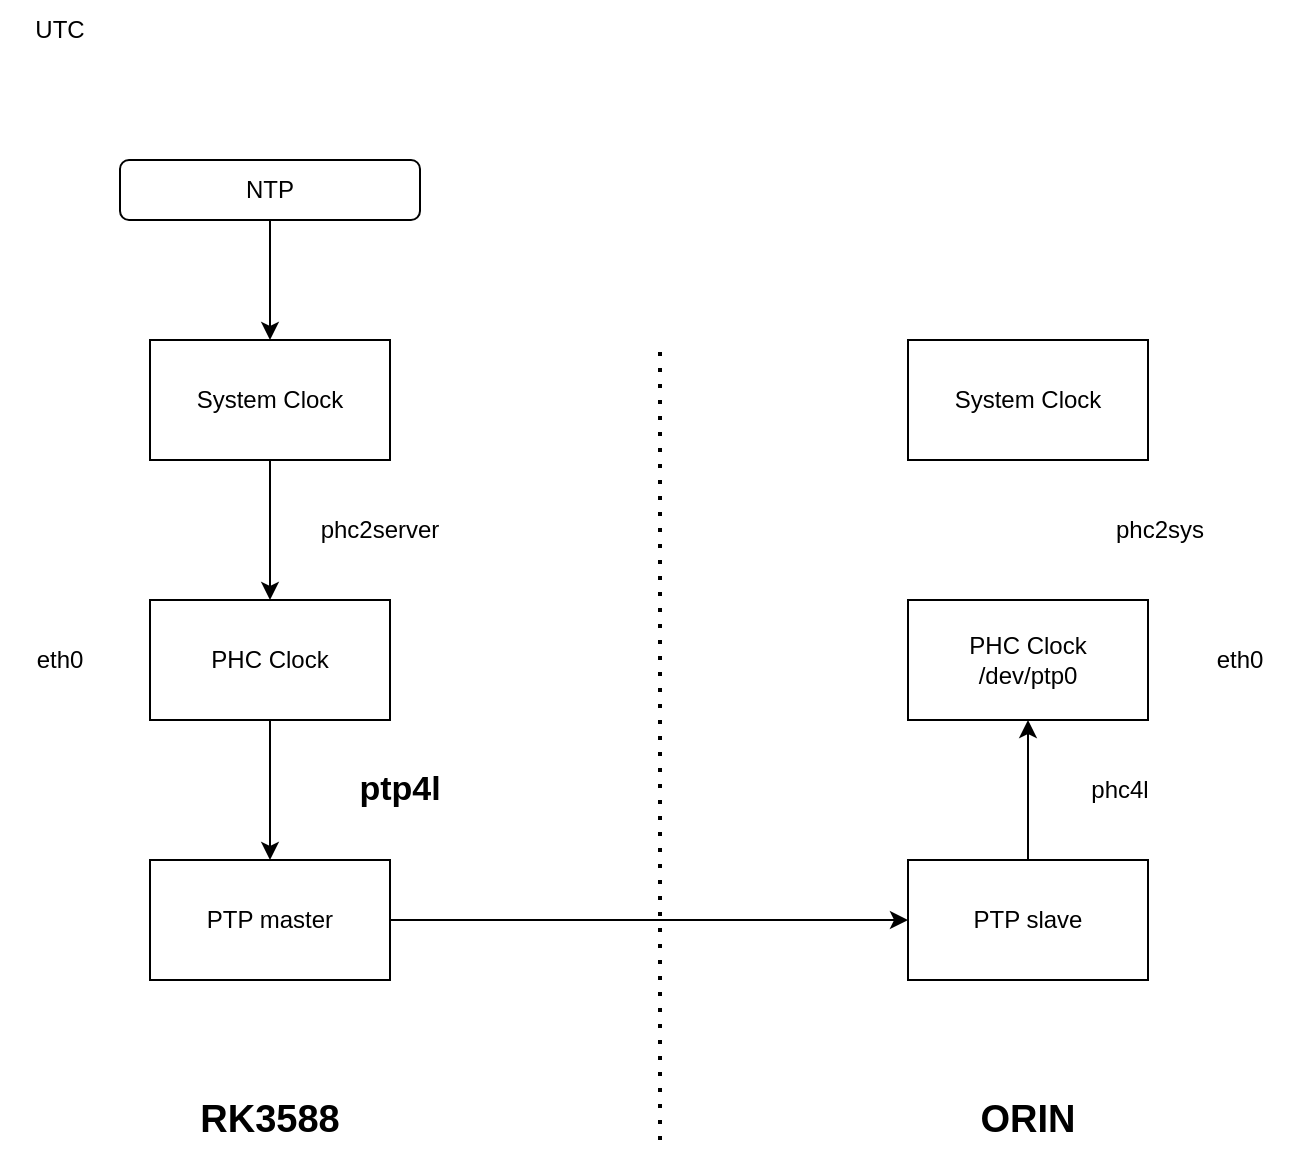
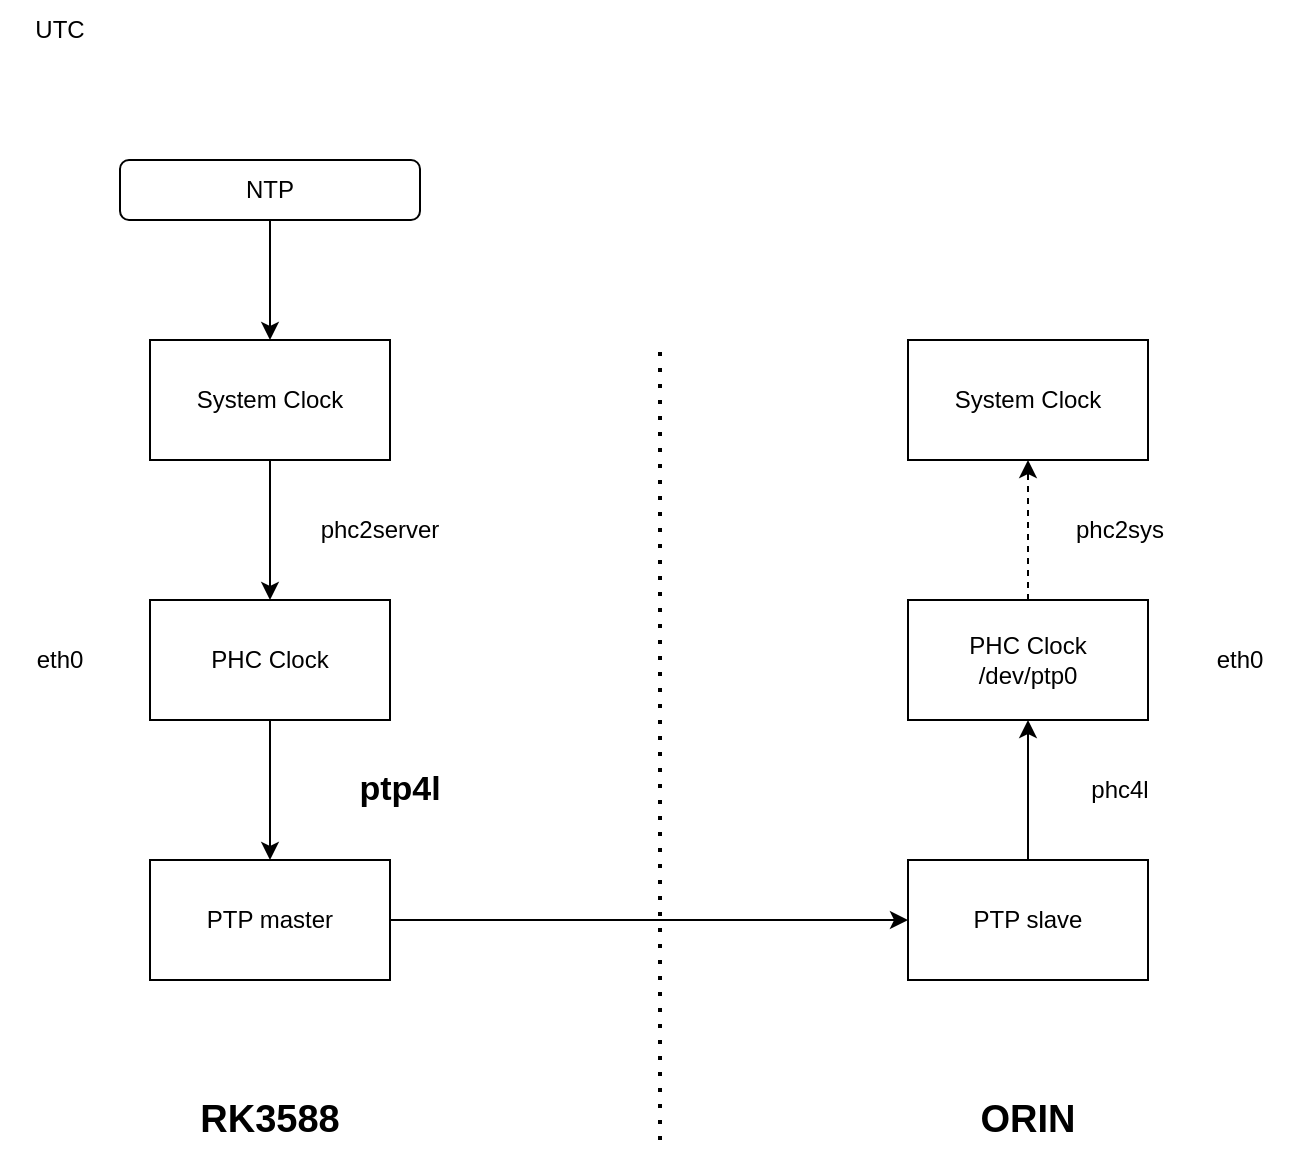
<mxfile host="app.diagrams.net" agent="Mozilla/5.0 (Windows NT 10.0; Win64; x64) AppleWebKit/537.36 (KHTML, like Gecko) Chrome/148.0.0.0 Safari/537.36">
  <diagram name="第 1 页" id="xi5zx8poPBdEaGlYp24N">
    <mxGraphModel dx="1122" dy="596" grid="1" gridSize="10" guides="1" tooltips="1" connect="1" arrows="1" fold="1" page="1" pageScale="1" pageWidth="827" pageHeight="1169" math="0" shadow="0">
      <root>
        <mxCell id="0" />
        <mxCell id="1" parent="0" />
        <mxCell id="9tWx0qsMY7gKmuM-r2hu-1" edge="1" parent="1" source="473n1farRfXXC9yVkO81-1" style="edgeStyle=orthogonalEdgeStyle;rounded=0;orthogonalLoop=1;jettySize=auto;html=1;" target="473n1farRfXXC9yVkO81-7" value="">
          <mxGeometry relative="1" as="geometry" />
        </mxCell>
        <mxCell id="473n1farRfXXC9yVkO81-1" parent="1" style="rounded=1;whiteSpace=wrap;html=1;" value="NTP" vertex="1">
          <mxGeometry height="30" width="150" x="130" y="150" as="geometry" />
        </mxCell>
        <mxCell id="473n1farRfXXC9yVkO81-6" parent="1" style="text;html=1;whiteSpace=wrap;strokeColor=none;fillColor=none;align=center;verticalAlign=middle;rounded=0;" value="UTC" vertex="1">
          <mxGeometry height="30" width="60" x="70" y="70" as="geometry" />
        </mxCell>
        <mxCell id="9tWx0qsMY7gKmuM-r2hu-3" edge="1" parent="1" source="473n1farRfXXC9yVkO81-7" style="edgeStyle=orthogonalEdgeStyle;rounded=0;orthogonalLoop=1;jettySize=auto;html=1;" target="9tWx0qsMY7gKmuM-r2hu-2" value="">
          <mxGeometry relative="1" as="geometry" />
        </mxCell>
        <mxCell id="473n1farRfXXC9yVkO81-7" parent="1" style="rounded=0;whiteSpace=wrap;html=1;" value="System Clock" vertex="1">
          <mxGeometry height="60" width="120" x="145" y="240" as="geometry" />
        </mxCell>
        <mxCell id="9tWx0qsMY7gKmuM-r2hu-5" edge="1" parent="1" source="9tWx0qsMY7gKmuM-r2hu-2" style="edgeStyle=orthogonalEdgeStyle;rounded=0;orthogonalLoop=1;jettySize=auto;html=1;" target="9tWx0qsMY7gKmuM-r2hu-4" value="">
          <mxGeometry relative="1" as="geometry" />
        </mxCell>
        <mxCell id="9tWx0qsMY7gKmuM-r2hu-2" parent="1" style="rounded=0;whiteSpace=wrap;html=1;" value="PHC Clock" vertex="1">
          <mxGeometry height="60" width="120" x="145" y="370" as="geometry" />
        </mxCell>
        <mxCell id="9tWx0qsMY7gKmuM-r2hu-11" edge="1" parent="1" source="9tWx0qsMY7gKmuM-r2hu-4" style="edgeStyle=orthogonalEdgeStyle;rounded=0;orthogonalLoop=1;jettySize=auto;html=1;exitX=1;exitY=0.5;exitDx=0;exitDy=0;entryX=0;entryY=0.5;entryDx=0;entryDy=0;" target="9tWx0qsMY7gKmuM-r2hu-9">
          <mxGeometry relative="1" as="geometry" />
        </mxCell>
        <mxCell id="9tWx0qsMY7gKmuM-r2hu-4" parent="1" style="rounded=0;whiteSpace=wrap;html=1;" value="PTP master" vertex="1">
          <mxGeometry height="60" width="120" x="145" y="500" as="geometry" />
        </mxCell>
        <mxCell id="9tWx0qsMY7gKmuM-r2hu-6" parent="1" style="text;html=1;whiteSpace=wrap;strokeColor=none;fillColor=none;align=center;verticalAlign=middle;rounded=0;" value="phc2server" vertex="1">
          <mxGeometry height="30" width="60" x="230" y="320" as="geometry" />
        </mxCell>
        <mxCell id="9tWx0qsMY7gKmuM-r2hu-7" parent="1" style="text;html=1;whiteSpace=wrap;strokeColor=none;fillColor=none;align=center;verticalAlign=middle;rounded=0;fontStyle=1;fontColor=light-dark(#000000,#CC0000);fontSize=17;" value="ptp4l" vertex="1">
          <mxGeometry height="30" width="60" x="240" y="450" as="geometry" />
        </mxCell>
        <mxCell id="9tWx0qsMY7gKmuM-r2hu-8" edge="1" parent="1" style="endArrow=none;dashed=1;html=1;dashPattern=1 3;strokeWidth=2;rounded=0;" value="">
          <mxGeometry height="50" relative="1" width="50" as="geometry">
            <mxPoint x="400" y="640" as="sourcePoint" />
            <mxPoint x="400" y="240" as="targetPoint" />
          </mxGeometry>
        </mxCell>
        <mxCell id="9tWx0qsMY7gKmuM-r2hu-12" edge="1" parent="1" source="9tWx0qsMY7gKmuM-r2hu-9" style="edgeStyle=orthogonalEdgeStyle;rounded=0;orthogonalLoop=1;jettySize=auto;html=1;exitX=0.5;exitY=0;exitDx=0;exitDy=0;entryX=0.5;entryY=1;entryDx=0;entryDy=0;" target="9tWx0qsMY7gKmuM-r2hu-10">
          <mxGeometry relative="1" as="geometry" />
        </mxCell>
        <mxCell id="9tWx0qsMY7gKmuM-r2hu-9" parent="1" style="rounded=0;whiteSpace=wrap;html=1;" value="PTP slave" vertex="1">
          <mxGeometry height="60" width="120" x="524" y="500" as="geometry" />
        </mxCell>
+         <mxCell id="9tWx0qsMY7gKmuM-r2hu-24" edge="1" parent="1" source="9tWx0qsMY7gKmuM-r2hu-10" style="edgeStyle=orthogonalEdgeStyle;rounded=0;orthogonalLoop=1;jettySize=auto;html=1;exitX=0.5;exitY=0;exitDx=0;exitDy=0;entryX=0.5;entryY=1;entryDx=0;entryDy=0;dashed=1;" target="9tWx0qsMY7gKmuM-r2hu-14">
+           <mxGeometry relative="1" as="geometry" />
+         </mxCell>
        <mxCell id="9tWx0qsMY7gKmuM-r2hu-10" parent="1" style="rounded=0;whiteSpace=wrap;html=1;" value="PHC Clock&lt;br&gt;/dev/ptp0" vertex="1">
          <mxGeometry height="60" width="120" x="524" y="370" as="geometry" />
        </mxCell>
        <mxCell id="9tWx0qsMY7gKmuM-r2hu-13" parent="1" style="text;html=1;whiteSpace=wrap;strokeColor=none;fillColor=none;align=center;verticalAlign=middle;rounded=0;" value="phc4l" vertex="1">
          <mxGeometry height="30" width="60" x="600" y="450" as="geometry" />
        </mxCell>
        <mxCell id="9tWx0qsMY7gKmuM-r2hu-14" parent="1" style="rounded=0;whiteSpace=wrap;html=1;" value="System Clock" vertex="1">
          <mxGeometry height="60" width="120" x="524" y="240" as="geometry" />
        </mxCell>
        <mxCell id="9tWx0qsMY7gKmuM-r2hu-16" parent="1" style="text;html=1;whiteSpace=wrap;strokeColor=none;fillColor=none;align=center;verticalAlign=middle;rounded=0;fontStyle=1;fontSize=19;" value="RK3588" vertex="1">
          <mxGeometry height="40" width="120" x="145" y="610" as="geometry" />
        </mxCell>
        <mxCell id="9tWx0qsMY7gKmuM-r2hu-18" parent="1" style="text;html=1;whiteSpace=wrap;strokeColor=none;fillColor=none;align=center;verticalAlign=middle;rounded=0;fontStyle=1;fontSize=19;" value="ORIN" vertex="1">
          <mxGeometry height="40" width="120" x="524" y="610" as="geometry" />
        </mxCell>
        <mxCell id="9tWx0qsMY7gKmuM-r2hu-19" parent="1" style="text;html=1;whiteSpace=wrap;strokeColor=none;fillColor=none;align=center;verticalAlign=middle;rounded=0;" value="eth0" vertex="1">
          <mxGeometry height="30" width="60" x="70" y="385" as="geometry" />
        </mxCell>
        <mxCell id="9tWx0qsMY7gKmuM-r2hu-20" parent="1" style="text;html=1;whiteSpace=wrap;strokeColor=none;fillColor=none;align=center;verticalAlign=middle;rounded=0;" value="eth0" vertex="1">
          <mxGeometry height="30" width="60" x="660" y="385" as="geometry" />
        </mxCell>
        <mxCell id="9tWx0qsMY7gKmuM-r2hu-23" parent="1" style="text;html=1;whiteSpace=wrap;strokeColor=none;fillColor=none;align=center;verticalAlign=middle;rounded=0;" value="phc2sys" vertex="1">
-           <mxGeometry height="30" width="60" x="620" y="320" as="geometry" />
+           <mxGeometry height="30" width="60" x="600" y="320" as="geometry" />
        </mxCell>
      </root>
    </mxGraphModel>
  </diagram>
</mxfile>
